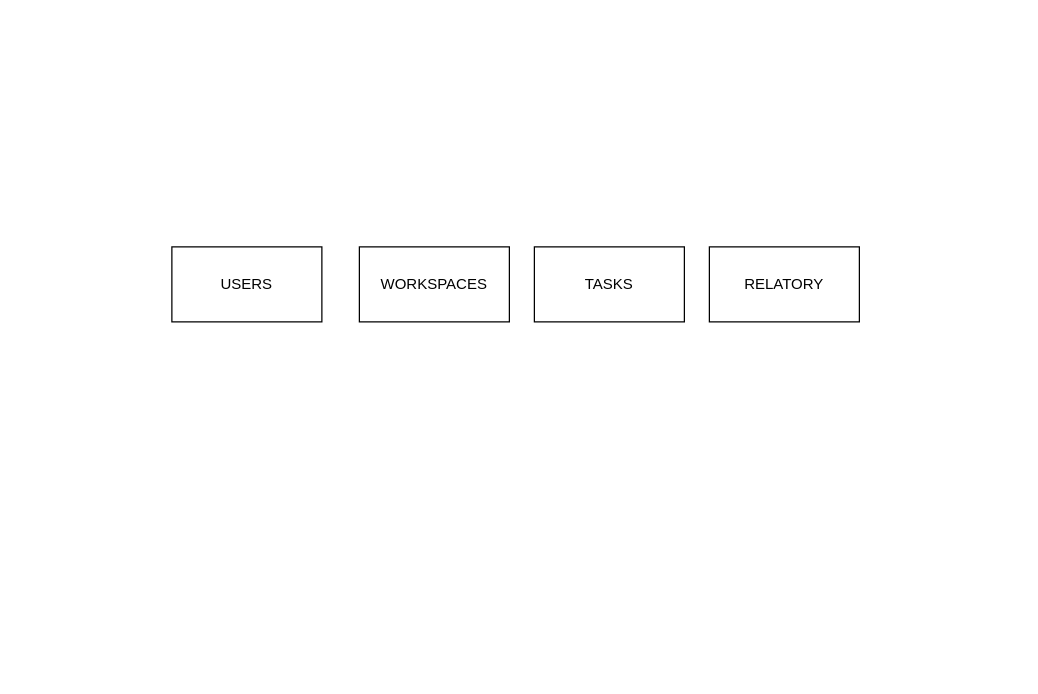
The draw.io diagram draw.io/Diagrama sem nome.drawio in MiichaelJose/lista_tarefas_backend, before the edit. Source tidied: cells renumbered, new cells numbered last; positions are measured from the earlier drawing's top-left corner, leaving out a move shared by most shapes. Both pictures are drawn from the tidied source at 125%, with x=0, y=0 at pixel (171, 246).
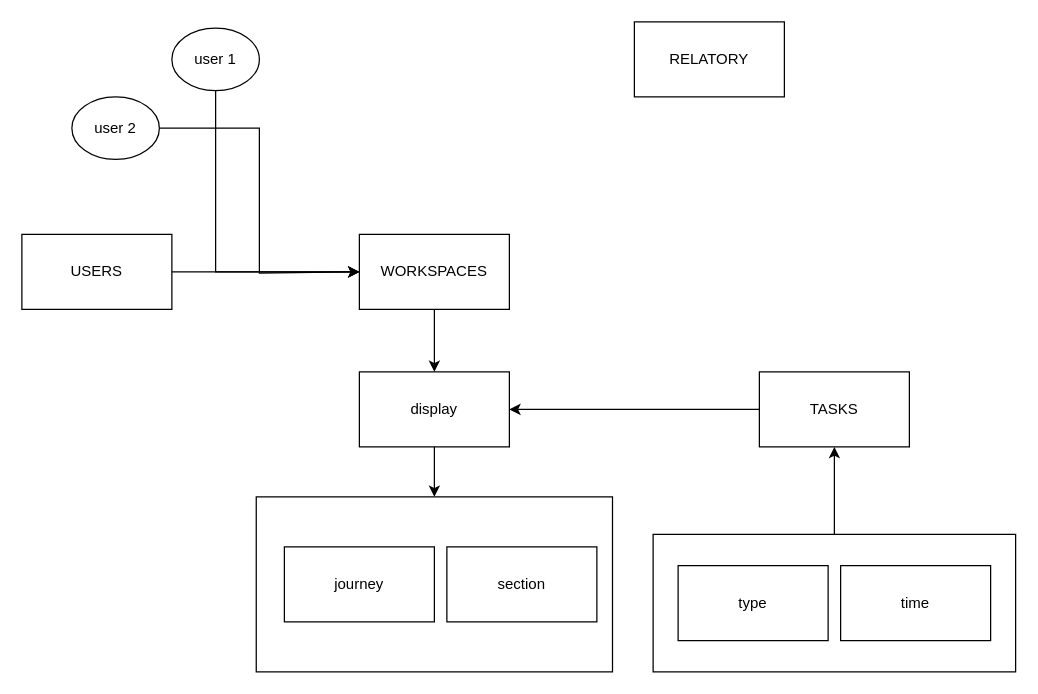
After the change.

Change to the diagram source:
```diff
@@
+    <mxCell id="6" style="edgeStyle=orthogonalEdgeStyle;rounded=0;jettySize=auto;html=1;exitX=1;exitY=0.5;exitDx=0;exitDy=0;entryX=0;entryY=0.5;entryDx=0;entryDy=0;" parent="1" edge="1" source="2" target="3">
+      <mxGeometry relative="1" as="geometry">
+        <Array as="points">
+          <mxPoint x="70" y="20" />
+          <mxPoint x="70" y="21" />
+        </Array>
+      </mxGeometry>
+    </mxCell>
     <mxCell id="2" value="USERS" style="rounded=0;whiteSpace=wrap;html=1;" parent="1" vertex="1">
-      <mxGeometry width="120" height="60" as="geometry" />
+      <mxGeometry x="-120" y="-10" width="120" height="60" as="geometry" />
     </mxCell>
+    <mxCell id="7" style="edgeStyle=orthogonalEdgeStyle;rounded=0;jettySize=auto;html=1;exitX=0.5;exitY=1;exitDx=0;exitDy=0;entryX=0.5;entryY=0;entryDx=0;entryDy=0;" parent="1" edge="1" source="3" target="10">
+      <mxGeometry relative="1" as="geometry" />
+    </mxCell>
     <mxCell id="3" value="WORKSPACES" style="rounded=0;whiteSpace=wrap;html=1;" parent="1" vertex="1">
-      <mxGeometry x="150" width="120" height="60" as="geometry" />
+      <mxGeometry x="150" y="-10" width="120" height="60" as="geometry" />
     </mxCell>
+    <mxCell id="8" style="edgeStyle=orthogonalEdgeStyle;rounded=0;jettySize=auto;html=1;exitX=0;exitY=0.5;exitDx=0;exitDy=0;entryX=1;entryY=0.5;entryDx=0;entryDy=0;" parent="1" edge="1" source="4" target="10">
+      <mxGeometry relative="1" as="geometry" />
+    </mxCell>
     <mxCell id="4" value="TASKS" style="rounded=0;whiteSpace=wrap;html=1;" parent="1" vertex="1">
-      <mxGeometry x="290" width="120" height="60" as="geometry" />
+      <mxGeometry x="470" y="100" width="120" height="60" as="geometry" />
     </mxCell>
     <mxCell id="5" value="RELATORY" style="rounded=0;whiteSpace=wrap;html=1;" parent="1" vertex="1">
-      <mxGeometry x="430" width="120" height="60" as="geometry" />
+      <mxGeometry x="370" y="-180" width="120" height="60" as="geometry" />
     </mxCell>
+    <mxCell id="9" style="edgeStyle=orthogonalEdgeStyle;rounded=0;jettySize=auto;html=1;" parent="1" edge="1" source="10" target="11">
+      <mxGeometry relative="1" as="geometry" />
+    </mxCell>
+    <mxCell id="10" value="display" style="rounded=0;whiteSpace=wrap;html=1;" parent="1" vertex="1">
+      <mxGeometry x="150" y="100" width="120" height="60" as="geometry" />
+    </mxCell>
+    <mxCell id="11" style="whiteSpace=wrap;html=1;rounded=0;" parent="1" vertex="1">
+      <mxGeometry x="67.5" y="200" width="285" height="140" as="geometry" />
+    </mxCell>
+    <mxCell id="12" value="section" style="rounded=0;whiteSpace=wrap;html=1;" parent="1" vertex="1">
+      <mxGeometry x="220" y="240" width="120" height="60" as="geometry" />
+    </mxCell>
+    <mxCell id="13" value="journey" style="rounded=0;whiteSpace=wrap;html=1;" parent="1" vertex="1">
+      <mxGeometry x="90" y="240" width="120" height="60" as="geometry" />
+    </mxCell>
+    <mxCell id="14" style="edgeStyle=orthogonalEdgeStyle;rounded=0;jettySize=auto;html=1;exitX=0.5;exitY=0;exitDx=0;exitDy=0;entryX=0.5;entryY=1;entryDx=0;entryDy=0;" parent="1" edge="1" source="15" target="4">
+      <mxGeometry relative="1" as="geometry" />
+    </mxCell>
+    <mxCell id="15" style="rounded=0;whiteSpace=wrap;html=1;" parent="1" vertex="1">
+      <mxGeometry x="385" y="230" width="290" height="110" as="geometry" />
+    </mxCell>
+    <mxCell id="16" value="time" style="rounded=0;whiteSpace=wrap;html=1;" parent="1" vertex="1">
+      <mxGeometry x="535" y="255" width="120" height="60" as="geometry" />
+    </mxCell>
+    <mxCell id="17" value="type" style="rounded=0;whiteSpace=wrap;html=1;" parent="1" vertex="1">
+      <mxGeometry x="405" y="255" width="120" height="60" as="geometry" />
+    </mxCell>
+    <mxCell id="18" style="edgeStyle=orthogonalEdgeStyle;rounded=0;jettySize=auto;html=1;exitX=1;exitY=0.5;exitDx=0;exitDy=0;entryX=0;entryY=0.5;entryDx=0;entryDy=0;" parent="1" edge="1" source="19" target="3">
+      <mxGeometry relative="1" as="geometry" />
+    </mxCell>
+    <mxCell id="19" value="user 2" style="ellipse;whiteSpace=wrap;html=1;" parent="1" vertex="1">
+      <mxGeometry x="-80" y="-120" width="70" height="50" as="geometry" />
+    </mxCell>
+    <mxCell id="20" style="edgeStyle=orthogonalEdgeStyle;rounded=0;jettySize=auto;html=1;exitX=0.5;exitY=1;exitDx=0;exitDy=0;entryX=0;entryY=0.5;entryDx=0;entryDy=0;" parent="1" edge="1" source="21" target="3">
+      <mxGeometry relative="1" as="geometry" />
+    </mxCell>
+    <mxCell id="21" value="user 1" style="ellipse;whiteSpace=wrap;html=1;" parent="1" vertex="1">
+      <mxGeometry y="-175" width="70" height="50" as="geometry" />
+    </mxCell>
```
